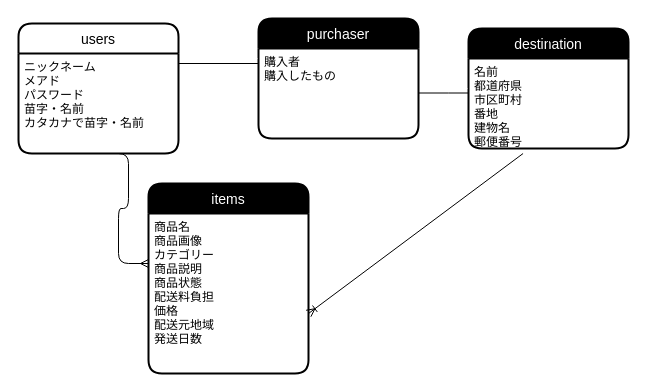
Above: .dio in kazyu0/furima-42023 (draw.io), before the change. Source tidied: cells renumbered, new cells numbered last; positions are measured from the earlier drawing's top-left corner, leaving out a move shared by most shapes. Both pictures are drawn from the tidied source at 100%, with x=0, y=0 at pixel (18, 18).
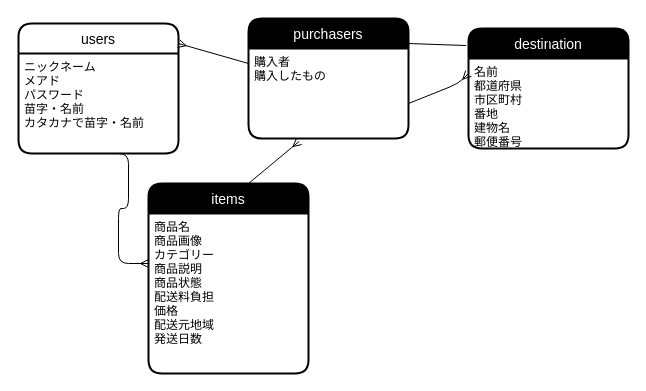
Above is the later version.

Commit message (it also covers changes not shown here):
三回目の修正

The change refers to these unchanged cells:
```xml
<mxCell id="5" value="購入者&#10;購入したもの&#10;" style="align=left;strokeColor=none;fillColor=none;spacingLeft=4;fontSize=12;verticalAlign=top;fontColor=#000000;" parent="4" vertex="1">
  <mxGeometry y="30" width="160" height="90" as="geometry" />
</mxCell>
<mxCell id="11" value="destination" style="swimlane;horizontal=1;startSize=30;rounded=1;fontSize=14;fontStyle=0;strokeWidth=2;shadow=0;dashed=0;align=center;fontColor=#FFFFFF;fillColor=#000000;" parent="1" vertex="1">
  <mxGeometry x="450" y="10" width="160" height="120" as="geometry" />
</mxCell>
<mxCell id="13" value="名前&#10;都道府県&#10;市区町村&#10;番地&#10;建物名&#10;郵便番号" style="align=left;strokeColor=none;fillColor=none;spacingLeft=4;fontSize=12;verticalAlign=top;fontColor=#000000;" parent="11" vertex="1">
  <mxGeometry y="30" width="160" height="90" as="geometry" />
</mxCell>
```

What changed in the source:
```diff
@@
-    <mxCell id="4" value="purchaser" style="swimlane;horizontal=1;startSize=30;rounded=1;fontSize=14;fontStyle=0;strokeWidth=2;shadow=0;dashed=0;align=center;fontColor=#FFFFFF;fillColor=#000000;" parent="1" vertex="1">
-      <mxGeometry x="240" width="160" height="120" as="geometry" />
+    <mxCell id="4" value="purchasers" style="swimlane;horizontal=1;startSize=30;rounded=1;fontSize=14;fontStyle=0;strokeWidth=2;shadow=0;dashed=0;align=center;fontColor=#FFFFFF;fillColor=#000000;" parent="1" vertex="1">
+      <mxGeometry x="230" width="160" height="120" as="geometry" />
     </mxCell>
@@
-    <mxCell id="6" style="endArrow=none;html=1;rounded=0;fontColor=#FFFFFF;strokeColor=#000000;" parent="1" edge="1">
-      <mxGeometry relative="1" as="geometry">
-        <mxPoint x="160" y="45" as="sourcePoint" />
-        <mxPoint x="240" y="45" as="targetPoint" />
-      </mxGeometry>
-    </mxCell>
-    <mxCell id="7" value="1" style="html=1;align=right;verticalAlign=bottom;fontColor=#FFFFFF;fillColor=#000000;" parent="6" vertex="1">
-      <mxGeometry x="1" relative="1" as="geometry" />
-    </mxCell>
@@
-    <mxCell id="14" style="endArrow=none;html=1;rounded=0;strokeColor=#000000;fontColor=#FFFFFF;" parent="1" edge="1">
-      <mxGeometry relative="1" as="geometry">
-        <mxPoint x="400" y="74.5" as="sourcePoint" />
-        <mxPoint x="450" y="74.5" as="targetPoint" />
-        <Array as="points">
-          <mxPoint x="430" y="74.5" />
-        </Array>
-      </mxGeometry>
-    </mxCell>
-    <mxCell id="15" value="1" style="html=1;align=right;verticalAlign=bottom;fontColor=#FFFFFF;fillColor=#000000;" parent="14" vertex="1">
-      <mxGeometry x="1" relative="1" as="geometry" />
-    </mxCell>
-    <mxCell id="16" style="fontSize=12;html=1;endArrow=ERoneToMany;strokeColor=#000000;fontColor=#FFFFFF;exitX=0.341;exitY=1.056;exitDx=0;exitDy=0;exitPerimeter=0;" parent="1" edge="1" source="13">
-      <mxGeometry relative="1" as="geometry">
-        <mxPoint x="290" y="295" as="targetPoint" />
-      </mxGeometry>
-    </mxCell>
+    <mxCell id="17" style="fontSize=12;html=1;endArrow=ERmany;strokeColor=#000000;fontColor=#FFFFFF;" parent="1" edge="1">
+      <mxGeometry relative="1" as="geometry">
+        <mxPoint x="230" y="45" as="sourcePoint" />
+        <mxPoint x="160" y="25" as="targetPoint" />
+      </mxGeometry>
+    </mxCell>
+    <mxCell id="18" style="fontSize=12;html=1;endArrow=ERmany;strokeColor=#000000;fontColor=#FFFFFF;" parent="1" edge="1">
+      <mxGeometry relative="1" as="geometry">
+        <mxPoint x="390" y="85" as="sourcePoint" />
+        <mxPoint x="450" y="55" as="targetPoint" />
+        <Array as="points">
+          <mxPoint x="440" y="65" />
+        </Array>
+      </mxGeometry>
+    </mxCell>
+    <mxCell id="19" style="fontSize=12;html=1;endArrow=ERmany;strokeColor=#000000;fontColor=#FFFFFF;entryX=0.316;entryY=1.033;entryDx=0;entryDy=0;entryPerimeter=0;" parent="1" edge="1" target="5">
+      <mxGeometry relative="1" as="geometry">
+        <mxPoint x="230" y="165" as="sourcePoint" />
+      </mxGeometry>
+    </mxCell>
+    <mxCell id="20" style="endArrow=none;html=1;rounded=0;strokeColor=#000000;fontColor=#FFFFFF;entryX=-0.014;entryY=0.142;entryDx=0;entryDy=0;entryPerimeter=0;" parent="1" edge="1" target="11">
+      <mxGeometry relative="1" as="geometry">
+        <mxPoint x="390" y="25" as="sourcePoint" />
+      </mxGeometry>
+    </mxCell>
```
